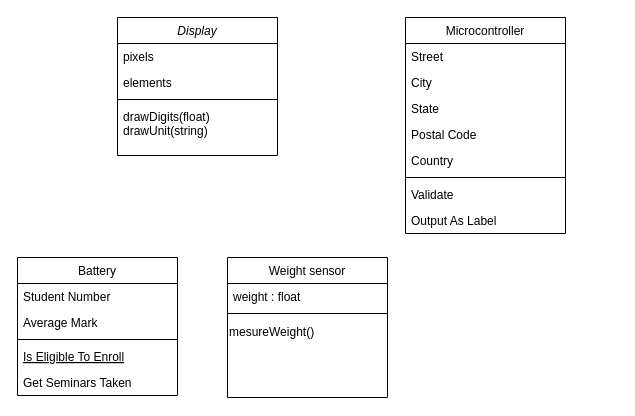
This is Diagramme sans nom.drawio from Antiflex/test, a draw.io file, before an edit. Source tidied: cells renumbered, new cells numbered last; positions are measured from the earlier drawing's top-left corner, leaving out a move shared by most shapes. Both pictures are drawn from the tidied source at 100%, with x=0, y=0 at pixel (17, 17).
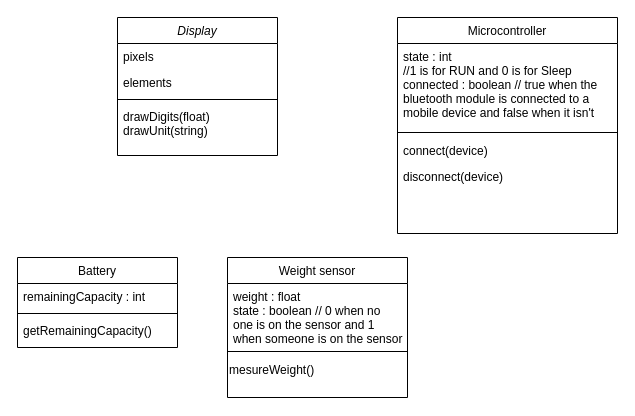
The same page after the edit.

Commit message (it also covers changes not shown here):
Mettre à jour Diagramme sans nom.drawio

Diff of the diagram source:
```diff
@@
     <mxCell id="7" value="Battery" style="swimlane;fontStyle=0;align=center;verticalAlign=top;horizontal=1;startSize=26;rounded=0;shadow=0;strokeWidth=1;" parent="1" vertex="1">
-      <mxGeometry y="240" width="160" height="138" as="geometry" />
+      <mxGeometry y="240" width="160" height="90" as="geometry" />
     </mxCell>
-    <mxCell id="8" value="Student Number" style="text;align=left;verticalAlign=top;spacingLeft=4;spacingRight=4;overflow=hidden;" parent="7" vertex="1">
+    <mxCell id="8" value="remainingCapacity : int" style="text;align=left;verticalAlign=top;spacingLeft=4;spacingRight=4;overflow=hidden;" parent="7" vertex="1">
       <mxGeometry y="26" width="160" height="26" as="geometry" />
     </mxCell>
-    <mxCell id="9" value="Average Mark" style="text;align=left;verticalAlign=top;spacingLeft=4;spacingRight=4;overflow=hidden;rounded=0;shadow=0;html=0;" parent="7" vertex="1">
-      <mxGeometry y="52" width="160" height="26" as="geometry" />
-    </mxCell>
     <mxCell id="10" style="line;html=1;strokeWidth=1;align=left;verticalAlign=middle;spacingTop=-1;spacingLeft=3;spacingRight=3;labelPosition=right;" parent="7" vertex="1">
-      <mxGeometry y="78" width="160" height="8" as="geometry" />
+      <mxGeometry y="52" width="160" height="8" as="geometry" />
     </mxCell>
-    <mxCell id="11" value="Is Eligible To Enroll" style="text;align=left;verticalAlign=top;spacingLeft=4;spacingRight=4;overflow=hidden;fontStyle=4;" parent="7" vertex="1">
-      <mxGeometry y="86" width="160" height="26" as="geometry" />
-    </mxCell>
-    <mxCell id="12" value="Get Seminars Taken" style="text;align=left;verticalAlign=top;spacingLeft=4;spacingRight=4;overflow=hidden;" parent="7" vertex="1">
-      <mxGeometry y="112" width="160" height="26" as="geometry" />
+    <mxCell id="12" value="getRemainingCapacity()" style="text;align=left;verticalAlign=top;spacingLeft=4;spacingRight=4;overflow=hidden;" parent="7" vertex="1">
+      <mxGeometry y="60" width="160" height="26" as="geometry" />
     </mxCell>
     <mxCell id="13" value="Weight sensor" style="swimlane;fontStyle=0;align=center;verticalAlign=top;horizontal=1;startSize=26;rounded=0;shadow=0;strokeWidth=1;" parent="1" vertex="1">
-      <mxGeometry x="210" y="240" width="160" height="140" as="geometry" />
+      <mxGeometry x="210" y="240" width="180" height="140" as="geometry" />
     </mxCell>
-    <mxCell id="14" value="weight : float&#10;" style="text;align=left;verticalAlign=top;spacingLeft=4;spacingRight=4;overflow=hidden;" parent="13" vertex="1">
-      <mxGeometry y="26" width="160" height="26" as="geometry" />
+    <mxCell id="14" value="weight : float&#10;state : boolean // 0 when no &#10;one is on the sensor and 1&#10;when someone is on the sensor" style="text;align=left;verticalAlign=top;spacingLeft=4;spacingRight=4;overflow=hidden;" parent="13" vertex="1">
+      <mxGeometry y="26" width="180" height="64" as="geometry" />
     </mxCell>
     <mxCell id="15" style="line;html=1;strokeWidth=1;align=left;verticalAlign=middle;spacingTop=-1;spacingLeft=3;spacingRight=3;labelPosition=right;" parent="13" vertex="1">
-      <mxGeometry y="52" width="160" height="8" as="geometry" />
+      <mxGeometry y="90" width="180" height="8" as="geometry" />
     </mxCell>
-    <mxCell id="16" value="mesureWeight()" style="text;html=1;align=left;verticalAlign=middle;strokeColor=none;fillColor=none;" parent="13" vertex="1">
-      <mxGeometry y="60" width="160" height="30" as="geometry" />
+    <mxCell id="16" value="mesureWeight()&lt;br&gt;" style="text;html=1;align=left;verticalAlign=middle;strokeColor=none;fillColor=none;" parent="13" vertex="1">
+      <mxGeometry y="98" width="180" height="30" as="geometry" />
     </mxCell>
     <mxCell id="17" value="Microcontroller" style="swimlane;fontStyle=0;align=center;verticalAlign=top;horizontal=1;startSize=26;rounded=0;shadow=0;strokeWidth=1;" parent="1" vertex="1">
-      <mxGeometry x="388" width="160" height="216" as="geometry" />
+      <mxGeometry x="380" width="220" height="216" as="geometry" />
     </mxCell>
-    <mxCell id="18" value="Street" style="text;align=left;verticalAlign=top;spacingLeft=4;spacingRight=4;overflow=hidden;" parent="17" vertex="1">
-      <mxGeometry y="26" width="160" height="26" as="geometry" />
-    </mxCell>
-    <mxCell id="19" value="City" style="text;align=left;verticalAlign=top;spacingLeft=4;spacingRight=4;overflow=hidden;rounded=0;shadow=0;html=0;" parent="17" vertex="1">
-      <mxGeometry y="52" width="160" height="26" as="geometry" />
-    </mxCell>
-    <mxCell id="20" value="State" style="text;align=left;verticalAlign=top;spacingLeft=4;spacingRight=4;overflow=hidden;rounded=0;shadow=0;html=0;" parent="17" vertex="1">
-      <mxGeometry y="78" width="160" height="26" as="geometry" />
+    <mxCell id="20" value="state : int&#10;//1 is for RUN and 0 is for Sleep&#10;connected : boolean // true when the &#10;bluetooth module is connected to a &#10;mobile device and false when it isn't" style="text;align=left;verticalAlign=top;spacingLeft=4;spacingRight=4;overflow=hidden;rounded=0;shadow=0;html=0;" parent="17" vertex="1">
+      <mxGeometry y="26" width="220" height="84" as="geometry" />
     </mxCell>
-    <mxCell id="21" value="Postal Code" style="text;align=left;verticalAlign=top;spacingLeft=4;spacingRight=4;overflow=hidden;rounded=0;shadow=0;html=0;" parent="17" vertex="1">
-      <mxGeometry y="104" width="160" height="26" as="geometry" />
-    </mxCell>
-    <mxCell id="22" value="Country" style="text;align=left;verticalAlign=top;spacingLeft=4;spacingRight=4;overflow=hidden;rounded=0;shadow=0;html=0;" parent="17" vertex="1">
-      <mxGeometry y="130" width="160" height="26" as="geometry" />
-    </mxCell>
     <mxCell id="23" style="line;html=1;strokeWidth=1;align=left;verticalAlign=middle;spacingTop=-1;spacingLeft=3;spacingRight=3;labelPosition=right;" parent="17" vertex="1">
-      <mxGeometry y="156" width="160" height="8" as="geometry" />
+      <mxGeometry y="110" width="220" height="10" as="geometry" />
     </mxCell>
-    <mxCell id="24" value="Validate" style="text;align=left;verticalAlign=top;spacingLeft=4;spacingRight=4;overflow=hidden;" parent="17" vertex="1">
-      <mxGeometry y="164" width="160" height="26" as="geometry" />
-    </mxCell>
-    <mxCell id="25" value="Output As Label" style="text;align=left;verticalAlign=top;spacingLeft=4;spacingRight=4;overflow=hidden;" parent="17" vertex="1">
-      <mxGeometry y="190" width="160" height="26" as="geometry" />
+    <mxCell id="25" value="connect(device)" style="text;align=left;verticalAlign=top;spacingLeft=4;spacingRight=4;overflow=hidden;" parent="17" vertex="1">
+      <mxGeometry y="120" width="220" height="26" as="geometry" />
     </mxCell>
+    <mxCell id="26" value="disconnect(device)" style="text;align=left;verticalAlign=top;spacingLeft=4;spacingRight=4;overflow=hidden;" parent="17" vertex="1">
+      <mxGeometry y="146" width="220" height="26" as="geometry" />
+    </mxCell>
```
